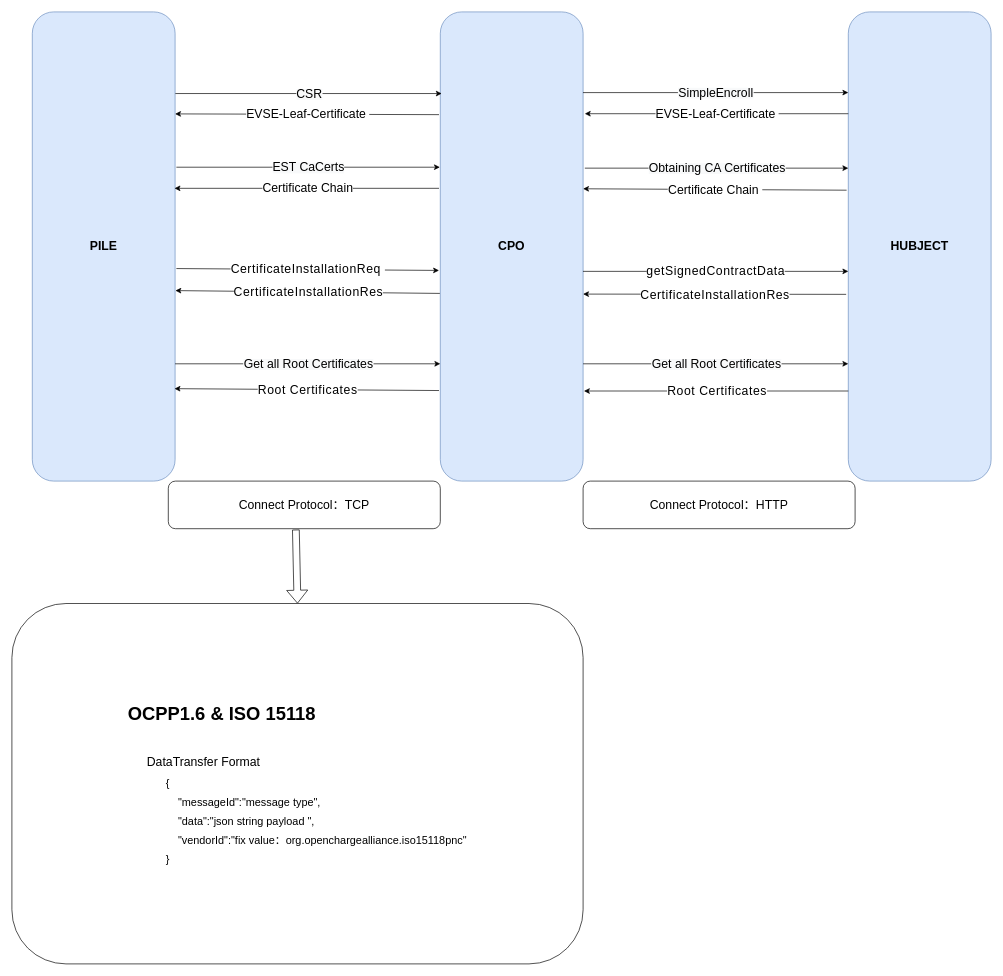
Above: Untitled Diagram.drawio in piaoransheng/draw.io (draw.io), before the change. Source tidied: cells renumbered, new cells numbered last; positions are measured from the earlier drawing's top-left corner, leaving out a move shared by most shapes. Both pictures are drawn from the tidied source at 68%, with x=0, y=0 at pixel (12, 12).
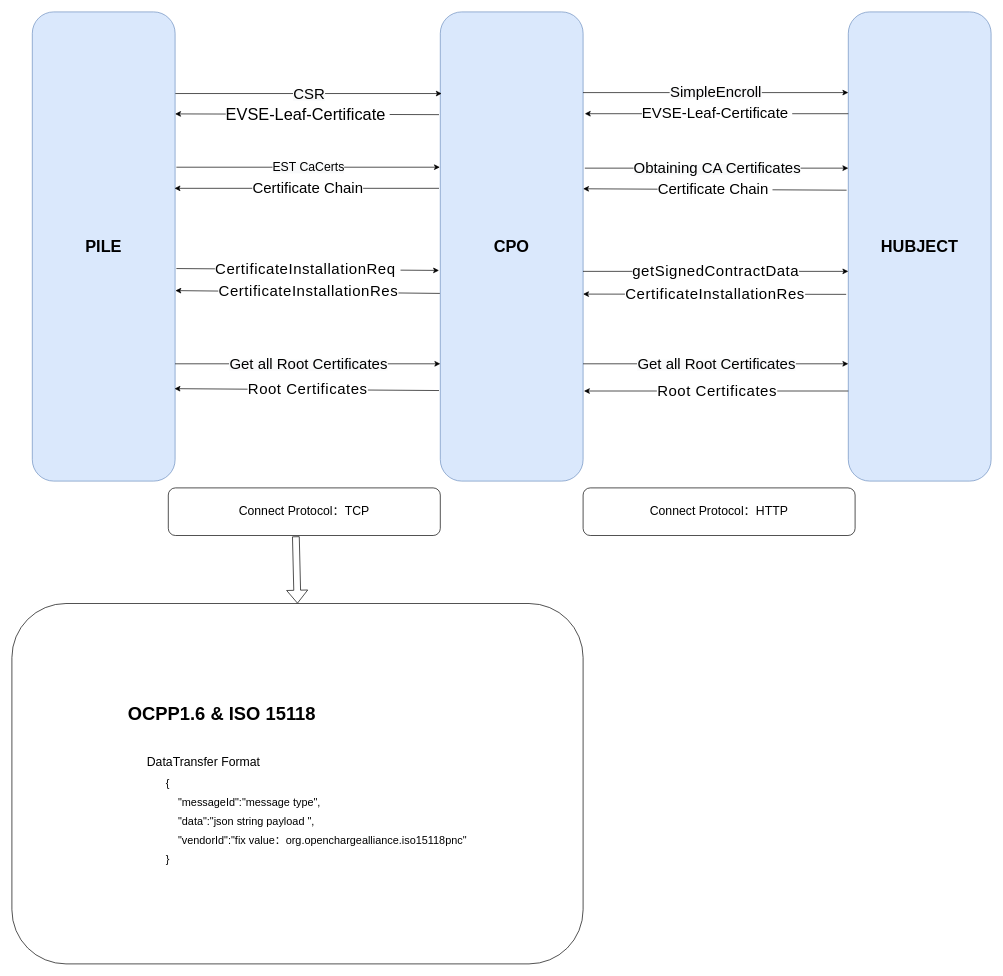
The same page after the edit.

The change refers to these unchanged cells:
```xml
<mxCell id="5" style="endArrow=classic;html=1;rounded=0;fontSize=14;exitX=1.002;exitY=0.174;exitDx=0;exitDy=0;exitPerimeter=0;entryX=0.01;entryY=0.174;entryDx=0;entryDy=0;entryPerimeter=0;" parent="1" edge="1" source="2" target="3">
  <mxGeometry relative="1" as="geometry" />
</mxCell>
<mxCell id="7" style="endArrow=classic;html=1;rounded=0;fontSize=14;exitX=0.999;exitY=0.172;exitDx=0;exitDy=0;exitPerimeter=0;entryX=0;entryY=0.172;entryDx=0;entryDy=0;entryPerimeter=0;" parent="1" edge="1" source="3" target="4">
  <mxGeometry relative="1" as="geometry" />
</mxCell>
<mxCell id="11" style="endArrow=classic;html=1;rounded=0;fontSize=14;exitX=1.012;exitY=0.333;exitDx=0;exitDy=0;exitPerimeter=0;entryX=0;entryY=0.333;entryDx=0;entryDy=0;entryPerimeter=0;" parent="1" edge="1" source="3" target="4">
  <mxGeometry relative="1" as="geometry" />
</mxCell>
<mxCell id="13" style="endArrow=classic;html=1;rounded=0;fontSize=14;exitX=1.009;exitY=0.547;exitDx=0;exitDy=0;exitPerimeter=0;entryX=-0.009;entryY=0.551;entryDx=0;entryDy=0;entryPerimeter=0;" parent="1" edge="1" source="2" target="3">
  <mxGeometry relative="1" as="geometry" />
</mxCell>
<mxCell id="15" style="endArrow=classic;html=1;rounded=0;fontSize=14;exitX=0.999;exitY=0.553;exitDx=0;exitDy=0;exitPerimeter=0;entryX=0;entryY=0.553;entryDx=0;entryDy=0;entryPerimeter=0;" parent="1" edge="1" source="3" target="4">
  <mxGeometry relative="1" as="geometry" />
</mxCell>
<mxCell id="17" style="endArrow=classic;html=1;rounded=0;fontSize=14;exitX=1;exitY=0.75;exitDx=0;exitDy=0;entryX=0;entryY=0.75;entryDx=0;entryDy=0;" parent="1" edge="1" source="2" target="3">
  <mxGeometry relative="1" as="geometry" />
</mxCell>
<mxCell id="19" style="endArrow=classic;html=1;rounded=0;fontSize=14;exitX=1;exitY=0.75;exitDx=0;exitDy=0;entryX=0;entryY=0.75;entryDx=0;entryDy=0;" parent="1" edge="1" source="3" target="4">
  <mxGeometry relative="1" as="geometry" />
</mxCell>
<mxCell id="21" style="endArrow=classic;html=1;rounded=0;fontSize=14;entryX=1.012;entryY=0.217;entryDx=0;entryDy=0;entryPerimeter=0;exitX=0;exitY=0.217;exitDx=0;exitDy=0;exitPerimeter=0;fillColor=#e51400;strokeColor=#000000;fontColor=#000000;" parent="1" edge="1" source="4" target="3">
  <mxGeometry relative="1" as="geometry" />
</mxCell>
<mxCell id="23" style="endArrow=classic;html=1;rounded=0;fontSize=14;exitX=-0.009;exitY=0.219;exitDx=0;exitDy=0;exitPerimeter=0;fillColor=#e51400;strokeColor=#000000;" parent="1" edge="1" source="3">
  <mxGeometry relative="1" as="geometry">
    <mxPoint x="240" y="150" as="targetPoint" />
  </mxGeometry>
</mxCell>
<mxCell id="25" style="endArrow=classic;html=1;rounded=0;fontSize=14;entryX=1;entryY=0.377;entryDx=0;entryDy=0;exitX=-0.012;exitY=0.38;exitDx=0;exitDy=0;fillColor=#e51400;strokeColor=#000000;entryPerimeter=0;exitPerimeter=0;" parent="1" edge="1" source="4" target="3">
  <mxGeometry relative="1" as="geometry" />
</mxCell>
<mxCell id="27" style="endArrow=classic;html=1;rounded=0;fontSize=14;entryX=0.996;entryY=0.376;entryDx=0;entryDy=0;exitX=-0.009;exitY=0.376;exitDx=0;exitDy=0;fillColor=#e51400;strokeColor=#000000;entryPerimeter=0;exitPerimeter=0;" parent="1" edge="1" source="3" target="2">
  <mxGeometry relative="1" as="geometry" />
</mxCell>
<mxCell id="29" style="endArrow=classic;html=1;rounded=0;fontSize=14;fillColor=#e51400;strokeColor=#000000;exitX=-0.015;exitY=0.602;exitDx=0;exitDy=0;exitPerimeter=0;" parent="1" edge="1" source="4">
  <mxGeometry relative="1" as="geometry">
    <mxPoint x="840" y="415" as="targetPoint" />
  </mxGeometry>
</mxCell>
<mxCell id="31" style="endArrow=classic;html=1;rounded=0;fontSize=14;entryX=1.002;entryY=0.594;entryDx=0;entryDy=0;exitX=-0.003;exitY=0.6;exitDx=0;exitDy=0;entryPerimeter=0;fillColor=#e51400;strokeColor=#000000;exitPerimeter=0;" parent="1" edge="1" source="3" target="2">
  <mxGeometry relative="1" as="geometry" />
</mxCell>
<mxCell id="33" style="endArrow=classic;html=1;rounded=0;fontSize=14;entryX=1.006;entryY=0.808;entryDx=0;entryDy=0;entryPerimeter=0;fillColor=#e51400;strokeColor=#000000;exitX=0;exitY=0.808;exitDx=0;exitDy=0;exitPerimeter=0;" parent="1" edge="1" source="4" target="3">
  <mxGeometry relative="1" as="geometry" />
</mxCell>
<mxCell id="35" style="endArrow=classic;html=1;rounded=0;fontSize=14;entryX=0.996;entryY=0.803;entryDx=0;entryDy=0;exitX=-0.009;exitY=0.807;exitDx=0;exitDy=0;entryPerimeter=0;exitPerimeter=0;fillColor=#e51400;strokeColor=#000000;" parent="1" edge="1" source="3" target="2">
  <mxGeometry relative="1" as="geometry" />
</mxCell>
```

Change to the diagram source:
```diff
@@
-    <mxCell id="2" value="&lt;b&gt;&lt;font style=&quot;font-size: 18px;&quot;&gt;PILE&lt;/font&gt;&lt;/b&gt;" style="rounded=1;whiteSpace=wrap;html=1;fontSize=12;glass=0;strokeWidth=1;shadow=0;fillColor=#dae8fc;strokeColor=#6c8ebf;" parent="1" vertex="1">
+    <mxCell id="2" value="&lt;b&gt;&lt;font style=&quot;font-size: 24px;&quot;&gt;PILE&lt;/font&gt;&lt;/b&gt;" style="rounded=1;whiteSpace=wrap;html=1;fontSize=12;glass=0;strokeWidth=1;shadow=0;fillColor=#dae8fc;strokeColor=#6c8ebf;" parent="1" vertex="1">
       <mxGeometry x="30" width="210" height="690" as="geometry" />
     </mxCell>
-    <mxCell id="3" value="&lt;b&gt;&lt;font style=&quot;font-size: 18px;&quot;&gt;CPO&lt;/font&gt;&lt;/b&gt;" style="rounded=1;whiteSpace=wrap;html=1;fontSize=12;glass=0;strokeWidth=1;shadow=0;fillColor=#dae8fc;strokeColor=#6c8ebf;" parent="1" vertex="1">
+    <mxCell id="3" value="&lt;b&gt;&lt;font style=&quot;font-size: 24px;&quot;&gt;CPO&lt;/font&gt;&lt;/b&gt;" style="rounded=1;whiteSpace=wrap;html=1;fontSize=12;glass=0;strokeWidth=1;shadow=0;fillColor=#dae8fc;strokeColor=#6c8ebf;" parent="1" vertex="1">
       <mxGeometry x="630" width="210" height="690" as="geometry" />
     </mxCell>
-    <mxCell id="4" value="&lt;b&gt;&lt;font style=&quot;font-size: 18px;&quot;&gt;HUBJECT&lt;/font&gt;&lt;/b&gt;" style="rounded=1;whiteSpace=wrap;html=1;fontSize=12;glass=0;strokeWidth=1;shadow=0;fillColor=#dae8fc;strokeColor=#6c8ebf;" parent="1" vertex="1">
+    <mxCell id="4" value="&lt;b&gt;&lt;font style=&quot;font-size: 24px;&quot;&gt;HUBJECT&lt;/font&gt;&lt;/b&gt;" style="rounded=1;whiteSpace=wrap;html=1;fontSize=12;glass=0;strokeWidth=1;shadow=0;fillColor=#dae8fc;strokeColor=#6c8ebf;" parent="1" vertex="1">
       <mxGeometry x="1230" width="210" height="690" as="geometry" />
     </mxCell>
@@
-    <mxCell id="6" value="&lt;span style=&quot;background-color: rgb(248, 249, 250);&quot;&gt;&lt;font style=&quot;font-size: 18px;&quot;&gt;CSR&lt;/font&gt;&lt;/span&gt;" style="edgeLabel;html=1;align=center;verticalAlign=middle;fontSize=14;" parent="5" vertex="1">
+    <mxCell id="6" value="&lt;span style=&quot;background-color: rgb(248, 249, 250);&quot;&gt;&lt;font style=&quot;font-size: 22px;&quot;&gt;CSR&lt;/font&gt;&lt;/span&gt;" style="edgeLabel;html=1;align=center;verticalAlign=middle;fontSize=14;" parent="5" vertex="1">
       <mxGeometry relative="1" as="geometry" />
     </mxCell>
@@
-    <mxCell id="8" value="&lt;span style=&quot;background-color: rgb(248, 249, 250);&quot;&gt;&lt;font style=&quot;font-size: 18px;&quot;&gt;SimpleEncroll&lt;/font&gt;&lt;/span&gt;" style="edgeLabel;html=1;align=center;verticalAlign=middle;fontSize=14;" parent="7" vertex="1">
+    <mxCell id="8" value="&lt;span style=&quot;background-color: rgb(248, 249, 250);&quot;&gt;&lt;font style=&quot;font-size: 22px;&quot;&gt;SimpleEncroll&lt;/font&gt;&lt;/span&gt;" style="edgeLabel;html=1;align=center;verticalAlign=middle;fontSize=14;" parent="7" vertex="1">
       <mxGeometry relative="1" as="geometry" />
     </mxCell>
@@
-    <mxCell id="12" value="&lt;span style=&quot;background-color: rgb(248, 249, 250);&quot;&gt;&lt;font style=&quot;font-size: 18px;&quot;&gt;Obtaining CA Certificates&lt;/font&gt;&lt;/span&gt;" style="edgeLabel;html=1;align=center;verticalAlign=middle;fontSize=14;" parent="11" vertex="1">
+    <mxCell id="12" value="&lt;span style=&quot;background-color: rgb(248, 249, 250);&quot;&gt;&lt;font style=&quot;font-size: 22px;&quot;&gt;Obtaining CA Certificates&lt;/font&gt;&lt;/span&gt;" style="edgeLabel;html=1;align=center;verticalAlign=middle;fontSize=14;" parent="11" vertex="1">
       <mxGeometry relative="1" as="geometry" />
     </mxCell>
@@
-    <mxCell id="14" value="&lt;span style=&quot;letter-spacing: 0.6pt;&quot; lang=&quot;EN-US&quot;&gt;&lt;font style=&quot;font-size: 18px;&quot;&gt;CertificateInstallationReq&amp;nbsp;&lt;/font&gt;&lt;/span&gt;" style="edgeLabel;html=1;align=center;verticalAlign=middle;fontSize=14;" parent="13" vertex="1">
+    <mxCell id="14" value="&lt;span style=&quot;letter-spacing: 0.6pt;&quot; lang=&quot;EN-US&quot;&gt;&lt;font style=&quot;font-size: 22px;&quot;&gt;CertificateInstallationReq&amp;nbsp;&lt;/font&gt;&lt;/span&gt;" style="edgeLabel;html=1;align=center;verticalAlign=middle;fontSize=14;" parent="13" vertex="1">
       <mxGeometry relative="1" as="geometry" />
     </mxCell>
@@
-    <mxCell id="16" value="&lt;span style=&quot;font-family: 微软雅黑, sans-serif; letter-spacing: 0.6pt;&quot; lang=&quot;EN-US&quot;&gt;&lt;font style=&quot;font-size: 18px;&quot;&gt;getSignedContractData&lt;/font&gt;&lt;/span&gt;" style="edgeLabel;html=1;align=center;verticalAlign=middle;fontSize=14;" parent="15" vertex="1">
+    <mxCell id="16" value="&lt;span style=&quot;font-family: 微软雅黑, sans-serif; letter-spacing: 0.6pt;&quot; lang=&quot;EN-US&quot;&gt;&lt;font style=&quot;font-size: 22px;&quot;&gt;getSignedContractData&lt;/font&gt;&lt;/span&gt;" style="edgeLabel;html=1;align=center;verticalAlign=middle;fontSize=14;" parent="15" vertex="1">
       <mxGeometry relative="1" as="geometry" />
     </mxCell>
@@
-    <mxCell id="18" value="&lt;span style=&quot;background-color: rgb(248, 249, 250);&quot;&gt;&lt;font style=&quot;font-size: 18px;&quot;&gt;Get all Root Certificates&lt;/font&gt;&lt;/span&gt;" style="edgeLabel;html=1;align=center;verticalAlign=middle;fontSize=14;" parent="17" vertex="1">
+    <mxCell id="18" value="&lt;span style=&quot;background-color: rgb(248, 249, 250);&quot;&gt;&lt;font style=&quot;font-size: 22px;&quot;&gt;Get all Root Certificates&lt;/font&gt;&lt;/span&gt;" style="edgeLabel;html=1;align=center;verticalAlign=middle;fontSize=14;" parent="17" vertex="1">
       <mxGeometry relative="1" as="geometry" />
     </mxCell>
@@
-    <mxCell id="20" value="&lt;span style=&quot;background-color: rgb(248, 249, 250);&quot;&gt;&lt;font style=&quot;font-size: 18px;&quot;&gt;Get all Root Certificates&lt;/font&gt;&lt;/span&gt;" style="edgeLabel;html=1;align=center;verticalAlign=middle;fontSize=14;" parent="19" vertex="1">
+    <mxCell id="20" value="&lt;span style=&quot;background-color: rgb(248, 249, 250);&quot;&gt;&lt;font style=&quot;font-size: 22px;&quot;&gt;Get all Root Certificates&lt;/font&gt;&lt;/span&gt;" style="edgeLabel;html=1;align=center;verticalAlign=middle;fontSize=14;" parent="19" vertex="1">
       <mxGeometry relative="1" as="geometry" />
     </mxCell>
@@
-    <mxCell id="22" value="&lt;font style=&quot;font-size: 18px;&quot;&gt;EVSE-Leaf-Certificate&amp;nbsp;&lt;/font&gt;" style="edgeLabel;html=1;align=center;verticalAlign=middle;fontSize=14;" parent="21" vertex="1">
+    <mxCell id="22" value="&lt;font style=&quot;font-size: 22px;&quot;&gt;EVSE-Leaf-Certificate&amp;nbsp;&lt;/font&gt;" style="edgeLabel;html=1;align=center;verticalAlign=middle;fontSize=14;" parent="21" vertex="1">
       <mxGeometry relative="1" as="geometry" />
     </mxCell>
@@
-    <mxCell id="24" value="&lt;font style=&quot;font-size: 18px;&quot;&gt;EVSE-Leaf-Certificate&amp;nbsp;&lt;/font&gt;" style="edgeLabel;html=1;align=center;verticalAlign=middle;fontSize=14;" parent="23" vertex="1">
+    <mxCell id="24" value="&lt;font style=&quot;font-size: 24px;&quot;&gt;EVSE-Leaf-Certificate&amp;nbsp;&lt;/font&gt;" style="edgeLabel;html=1;align=center;verticalAlign=middle;fontSize=14;" parent="23" vertex="1">
       <mxGeometry relative="1" as="geometry" />
     </mxCell>
@@
-    <mxCell id="26" value="&lt;font style=&quot;font-size: 18px;&quot;&gt;Certificate Chain&amp;nbsp;&lt;/font&gt;" style="edgeLabel;html=1;align=center;verticalAlign=middle;fontSize=14;" parent="25" vertex="1">
+    <mxCell id="26" value="&lt;font style=&quot;font-size: 22px;&quot;&gt;Certificate Chain&amp;nbsp;&lt;/font&gt;" style="edgeLabel;html=1;align=center;verticalAlign=middle;fontSize=14;" parent="25" vertex="1">
       <mxGeometry relative="1" as="geometry" />
     </mxCell>
@@
-    <mxCell id="28" value="&lt;font style=&quot;font-size: 18px;&quot;&gt;Certificate Chain&lt;/font&gt;" style="edgeLabel;html=1;align=center;verticalAlign=middle;fontSize=14;" parent="27" vertex="1">
+    <mxCell id="28" value="&lt;font style=&quot;font-size: 22px;&quot;&gt;Certificate Chain&lt;/font&gt;" style="edgeLabel;html=1;align=center;verticalAlign=middle;fontSize=14;" parent="27" vertex="1">
       <mxGeometry relative="1" as="geometry" />
     </mxCell>
@@
-    <mxCell id="30" value="&lt;div style=&quot;text-align: start;&quot;&gt;&lt;span style=&quot;letter-spacing: 0.8px; text-align: center;&quot;&gt;&lt;font style=&quot;font-size: 18px;&quot;&gt;CertificateInstallationRes&lt;/font&gt;&lt;/span&gt;&lt;br&gt;&lt;/div&gt;" style="edgeLabel;html=1;align=center;verticalAlign=middle;fontSize=14;" parent="29" vertex="1">
+    <mxCell id="30" value="&lt;div style=&quot;text-align: start;&quot;&gt;&lt;span style=&quot;letter-spacing: 0.8px; text-align: center;&quot;&gt;&lt;font style=&quot;font-size: 22px;&quot;&gt;CertificateInstallationRes&lt;/font&gt;&lt;/span&gt;&lt;br&gt;&lt;/div&gt;" style="edgeLabel;html=1;align=center;verticalAlign=middle;fontSize=14;" parent="29" vertex="1">
       <mxGeometry relative="1" as="geometry" />
     </mxCell>
@@
-    <mxCell id="32" value="&lt;div style=&quot;text-align: start;&quot;&gt;&lt;span style=&quot;letter-spacing: 0.8px; text-align: center;&quot;&gt;&lt;font style=&quot;font-size: 18px;&quot;&gt;CertificateInstallationRes&lt;/font&gt;&lt;/span&gt;&lt;br&gt;&lt;/div&gt;" style="edgeLabel;html=1;align=center;verticalAlign=middle;fontSize=14;" parent="31" vertex="1">
+    <mxCell id="32" value="&lt;div style=&quot;text-align: start;&quot;&gt;&lt;span style=&quot;letter-spacing: 0.8px; text-align: center;&quot;&gt;&lt;font style=&quot;font-size: 22px;&quot;&gt;CertificateInstallationRes&lt;/font&gt;&lt;/span&gt;&lt;br&gt;&lt;/div&gt;" style="edgeLabel;html=1;align=center;verticalAlign=middle;fontSize=14;" parent="31" vertex="1">
       <mxGeometry relative="1" as="geometry" />
     </mxCell>
@@
-    <mxCell id="34" value="&lt;div style=&quot;text-align: start;&quot;&gt;&lt;span style=&quot;letter-spacing: 0.8px; text-align: center;&quot;&gt;&lt;font style=&quot;font-size: 18px;&quot;&gt;Root Certificates&lt;/font&gt;&lt;/span&gt;&lt;br&gt;&lt;/div&gt;" style="edgeLabel;html=1;align=center;verticalAlign=middle;fontSize=14;" parent="33" vertex="1">
+    <mxCell id="34" value="&lt;div style=&quot;text-align: start;&quot;&gt;&lt;span style=&quot;letter-spacing: 0.8px; text-align: center;&quot;&gt;&lt;font style=&quot;font-size: 22px;&quot;&gt;Root Certificates&lt;/font&gt;&lt;/span&gt;&lt;br&gt;&lt;/div&gt;" style="edgeLabel;html=1;align=center;verticalAlign=middle;fontSize=14;" parent="33" vertex="1">
       <mxGeometry relative="1" as="geometry" />
     </mxCell>
@@
-    <mxCell id="36" value="&lt;div style=&quot;text-align: start;&quot;&gt;&lt;span style=&quot;letter-spacing: 0.8px; text-align: center;&quot;&gt;&lt;font style=&quot;font-size: 18px;&quot;&gt;Root Certificates&lt;/font&gt;&lt;/span&gt;&lt;br&gt;&lt;/div&gt;" style="edgeLabel;html=1;align=center;verticalAlign=middle;fontSize=14;" parent="35" vertex="1">
+    <mxCell id="36" value="&lt;div style=&quot;text-align: start;&quot;&gt;&lt;span style=&quot;letter-spacing: 0.8px; text-align: center;&quot;&gt;&lt;font style=&quot;font-size: 22px;&quot;&gt;Root Certificates&lt;/font&gt;&lt;/span&gt;&lt;br&gt;&lt;/div&gt;" style="edgeLabel;html=1;align=center;verticalAlign=middle;fontSize=14;" parent="35" vertex="1">
       <mxGeometry relative="1" as="geometry" />
     </mxCell>
     <mxCell id="37" value="&lt;article data-content=&quot;[{&amp;quot;type&amp;quot;:&amp;quot;block&amp;quot;,&amp;quot;id&amp;quot;:&amp;quot;Cxpn-1652323043085&amp;quot;,&amp;quot;name&amp;quot;:&amp;quot;paragraph&amp;quot;,&amp;quot;data&amp;quot;:{},&amp;quot;nodes&amp;quot;:[{&amp;quot;type&amp;quot;:&amp;quot;text&amp;quot;,&amp;quot;id&amp;quot;:&amp;quot;qzmt-1652323043084&amp;quot;,&amp;quot;leaves&amp;quot;:[{&amp;quot;text&amp;quot;:&amp;quot;DataTransfer&amp;quot;,&amp;quot;marks&amp;quot;:[]}]}],&amp;quot;state&amp;quot;:{}}]&quot;&gt;&lt;div style=&quot;line-height: 1.75; text-align: left;&quot;&gt;&lt;font style=&quot;font-size: 18px;&quot;&gt;Connect Protocol：HTTP&lt;/font&gt;&lt;/div&gt;&lt;/article&gt;" style="rounded=1;whiteSpace=wrap;html=1;fontFamily=Helvetica;fontSize=18;" parent="1" vertex="1">
-      <mxGeometry x="840" y="690" width="400" height="70" as="geometry" />
+      <mxGeometry x="840" y="700" width="400" height="70" as="geometry" />
     </mxCell>
     <mxCell id="38" value="&lt;article data-content=&quot;[{&amp;quot;type&amp;quot;:&amp;quot;block&amp;quot;,&amp;quot;id&amp;quot;:&amp;quot;Cxpn-1652323043085&amp;quot;,&amp;quot;name&amp;quot;:&amp;quot;paragraph&amp;quot;,&amp;quot;data&amp;quot;:{},&amp;quot;nodes&amp;quot;:[{&amp;quot;type&amp;quot;:&amp;quot;text&amp;quot;,&amp;quot;id&amp;quot;:&amp;quot;qzmt-1652323043084&amp;quot;,&amp;quot;leaves&amp;quot;:[{&amp;quot;text&amp;quot;:&amp;quot;DataTransfer&amp;quot;,&amp;quot;marks&amp;quot;:[]}]}],&amp;quot;state&amp;quot;:{}}]&quot;&gt;&lt;div style=&quot;line-height: 1.75; text-align: left;&quot;&gt;&lt;font style=&quot;font-size: 18px;&quot;&gt;Connect Protocol：TCP&lt;/font&gt;&lt;/div&gt;&lt;/article&gt;" style="rounded=1;whiteSpace=wrap;html=1;fontFamily=Helvetica;fontSize=18;" parent="1" vertex="1">
-      <mxGeometry x="230" y="690" width="400" height="70" as="geometry" />
+      <mxGeometry x="230" y="700" width="400" height="70" as="geometry" />
     </mxCell>
```
